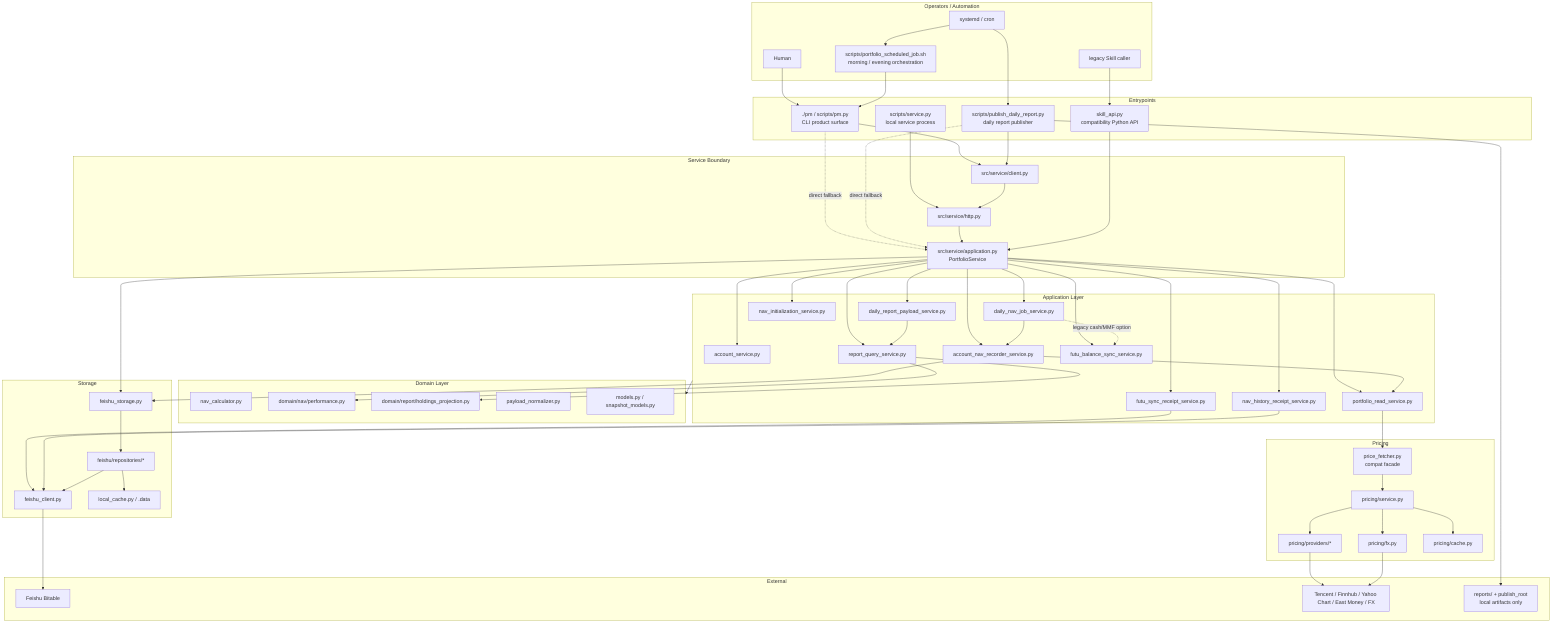
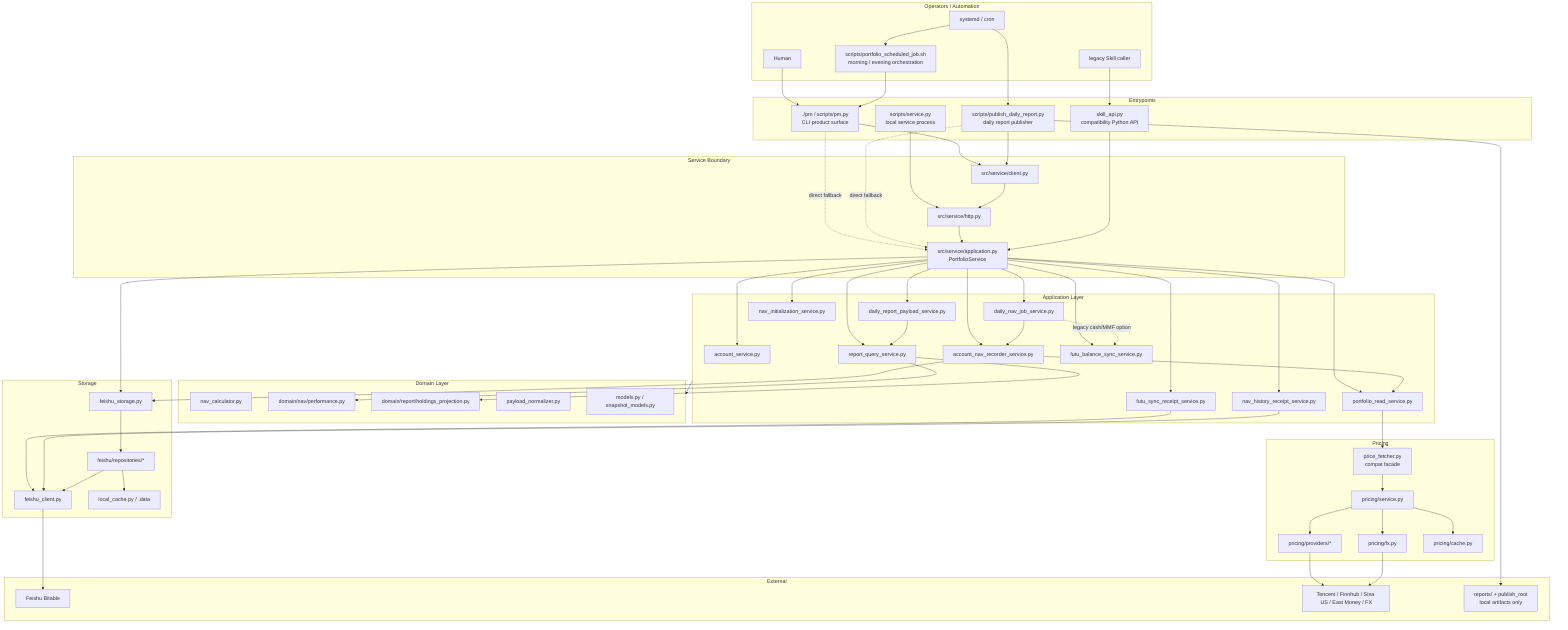
flowchart TB
    subgraph Operators["Operators / Automation"]
        Human["Human"]
        Scheduler["systemd / cron"]
        ScheduledJob["scripts/portfolio_scheduled_job.sh<br/>morning / evening orchestration"]
        Agent["legacy Skill caller"]
    end

    subgraph Entry["Entrypoints"]
        CLI["./pm / scripts/pm.py<br/>CLI product surface"]
        ServiceRunner["scripts/service.py<br/>local service process"]
        Publisher["scripts/publish_daily_report.py<br/>daily report publisher"]
        SkillAPI["skill_api.py<br/>compatibility Python API"]
    end

    subgraph Service["Service Boundary"]
        ServiceClient["src/service/client.py"]
        HTTP["src/service/http.py"]
        AppFacade["src/service/application.py<br/>PortfolioService"]
    end

    subgraph App["Application Layer"]
        Account["account_service.py"]
        Read["portfolio_read_service.py"]
        DailyJob["daily_nav_job_service.py"]
        AccountNav["account_nav_recorder_service.py"]
        InitNav["nav_initialization_service.py"]
        ReportPayload["daily_report_payload_service.py"]
        ReportQuery["report_query_service.py"]
        FutuSync["futu_balance_sync_service.py"]
        FutuReceipt["futu_sync_receipt_service.py"]
        NavReceipt["nav_history_receipt_service.py"]
    end

    subgraph Domain["Domain Layer"]
        NavCalc["nav_calculator.py"]
        Performance["domain/nav/performance.py"]
        HoldingsProjection["domain/report/holdings_projection.py"]
        Payload["payload_normalizer.py"]
        Models["models.py / snapshot_models.py"]
    end

    subgraph Pricing["Pricing"]
        PriceFetcher["price_fetcher.py<br/>compat facade"]
        PriceService["pricing/service.py"]
        Providers["pricing/providers/*"]
        Fx["pricing/fx.py"]
        CachePolicy["pricing/cache.py"]
    end

    subgraph Storage["Storage"]
        FeishuStorage["feishu_storage.py"]
        Repos["feishu/repositories/*"]
        FeishuClient["feishu_client.py"]
        LocalCache["local_cache.py / .data"]
    end

    subgraph External["External"]
        Feishu["Feishu Bitable"]
-         Quotes["Tencent / Finnhub / Yahoo Chart / East Money / FX"]
+         Quotes["Tencent / Finnhub / Sina US / East Money / FX"]
        Reports["reports/ + publish_root<br/>local artifacts only"]
    end

    Human --> CLI
    Scheduler --> ScheduledJob
    ScheduledJob --> CLI
    Scheduler --> Publisher
    Agent --> SkillAPI

    CLI --> ServiceClient
    CLI -.direct fallback.-> AppFacade
    Publisher --> ServiceClient
    Publisher -.direct fallback.-> AppFacade
    ServiceRunner --> HTTP
    ServiceClient --> HTTP
    HTTP --> AppFacade
    SkillAPI --> AppFacade

    AppFacade --> Account
    AppFacade --> Read
    AppFacade --> DailyJob
    AppFacade --> AccountNav
    AppFacade --> InitNav
    AppFacade --> ReportPayload
    AppFacade --> ReportQuery
    AppFacade --> FutuSync
    AppFacade --> FutuReceipt
    AppFacade --> NavReceipt
    AppFacade --> FeishuStorage

    DailyJob --> AccountNav
    DailyJob -.legacy cash/MMF option.-> FutuSync
    AccountNav --> Read
    AccountNav --> FeishuStorage
    ReportPayload --> ReportQuery
    ReportQuery --> Performance
    ReportQuery --> HoldingsProjection
    App --> Domain

    Read --> PriceFetcher
    PriceFetcher --> PriceService
    PriceService --> Providers
    PriceService --> CachePolicy
    PriceService --> Fx
    Providers --> Quotes
    Fx --> Quotes

    FeishuStorage --> Repos
    FutuReceipt --> FeishuClient
    NavReceipt --> FeishuClient
    Repos --> FeishuClient
    Repos --> LocalCache
    FeishuClient --> Feishu
    Publisher --> Reports
